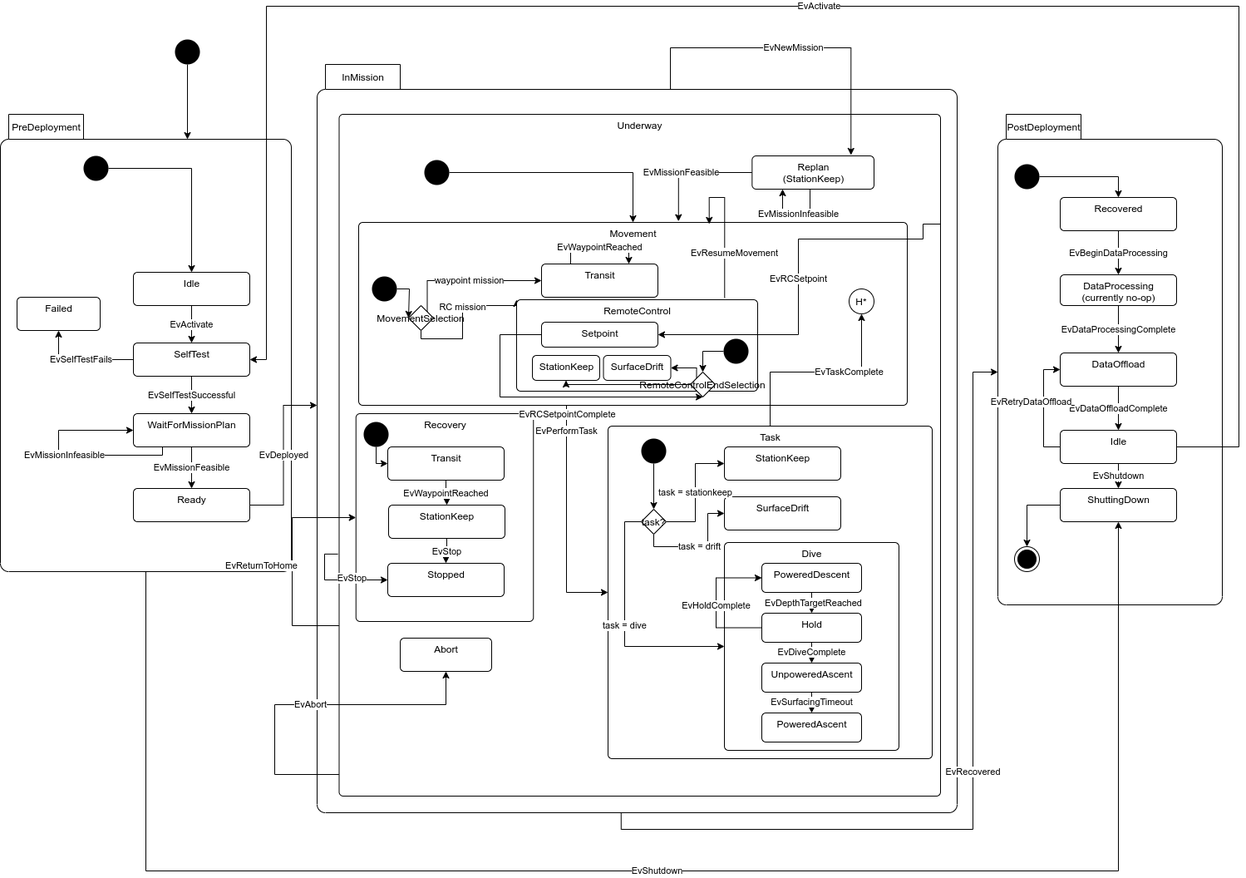
This is src/doc/figures/mission-states.png from jaiarobotics/jaiabot, a draw.io export, as it was before one commit. Source tidied: cells renumbered, new cells last; positions are measured from the earlier drawing's top-left corner, leaving out a move shared by most shapes.
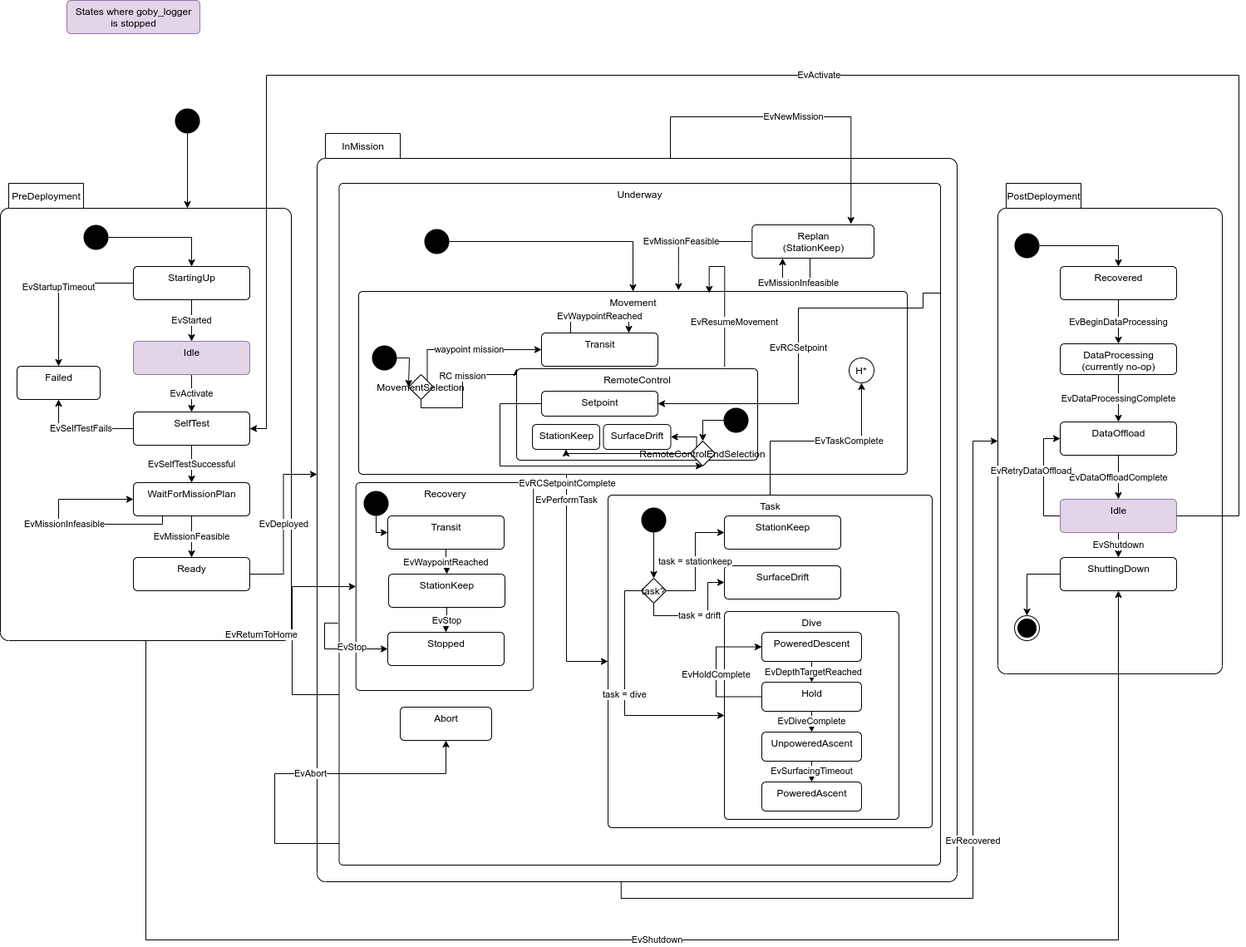
Later version of the same file.

Commit message:
Disable logging when Idle. Add StartingUp state to allow the system to log until all apps have reported into to goby_coroner

What changed in the source:
```diff
@@ -54,7 +54,7 @@
         </Array>
       </mxGeometry>
     </mxCell>
-    <mxCell id="17" value="Idle" style="html=1;align=center;verticalAlign=top;rounded=1;absoluteArcSize=1;arcSize=10;dashed=0;" parent="2" vertex="1">
+    <mxCell id="17" value="Idle" style="html=1;align=center;verticalAlign=top;rounded=1;absoluteArcSize=1;arcSize=10;dashed=0;fillColor=#e1d5e7;strokeColor=#9673a6;" parent="2" vertex="1">
       <mxGeometry x="75" y="370" width="140" height="40" as="geometry" />
     </mxCell>
     <mxCell id="18" style="group;" parent="1" vertex="1">
@@ -78,7 +78,7 @@
     <mxCell id="24" value="EvMissionFeasible" style="edgeStyle=orthogonalEdgeStyle;rounded=0;jettySize=auto;html=1;" parent="18" edge="1" source="21" target="23">
       <mxGeometry relative="1" as="geometry" />
     </mxCell>
-    <mxCell id="25" style="edgeStyle=orthogonalEdgeStyle;rounded=0;jettySize=auto;html=1;entryX=0.5;entryY=0;entryDx=0;entryDy=0;" parent="18" edge="1" source="26" target="31">
+    <mxCell id="25" style="edgeStyle=orthogonalEdgeStyle;rounded=0;jettySize=auto;html=1;entryX=0.5;entryY=0;entryDx=0;entryDy=0;" parent="18" edge="1" source="26" target="105">
       <mxGeometry relative="1" as="geometry" />
     </mxCell>
     <mxCell id="26" style="ellipse;fillColor=#000000;strokeColor=none;" parent="18" vertex="1">
@@ -102,9 +102,18 @@
     <mxCell id="30" value="EvActivate" style="edgeStyle=orthogonalEdgeStyle;rounded=0;jettySize=auto;html=1;entryX=0.5;entryY=0;entryDx=0;entryDy=0;" parent="18" edge="1" source="31" target="20">
       <mxGeometry relative="1" as="geometry" />
     </mxCell>
-    <mxCell id="31" value="Idle" style="html=1;align=center;verticalAlign=top;rounded=1;absoluteArcSize=1;arcSize=10;dashed=0;" parent="18" vertex="1">
+    <mxCell id="31" value="Idle" style="html=1;align=center;verticalAlign=top;rounded=1;absoluteArcSize=1;arcSize=10;dashed=0;fillColor=#e1d5e7;strokeColor=#9673a6;" parent="18" vertex="1">
       <mxGeometry x="80" y="150" width="140" height="40" as="geometry" />
     </mxCell>
+    <mxCell id="104" value="EvStarted" style="edgeStyle=orthogonalEdgeStyle;rounded=0;jettySize=auto;html=1;entryX=0.5;entryY=0;entryDx=0;entryDy=0;" parent="18" edge="1" source="105" target="31">
+      <mxGeometry relative="1" as="geometry" />
+    </mxCell>
+    <mxCell id="105" value="StartingUp" style="html=1;align=center;verticalAlign=top;rounded=1;absoluteArcSize=1;arcSize=10;dashed=0;" parent="18" vertex="1">
+      <mxGeometry x="80" y="60" width="140" height="40" as="geometry" />
+    </mxCell>
+    <mxCell id="106" value="EvStartupTimeout" style="edgeStyle=orthogonalEdgeStyle;rounded=0;jettySize=auto;html=1;entryX=0.5;entryY=0;entryDx=0;entryDy=0;exitX=0;exitY=0.5;exitDx=0;exitDy=0;" parent="18" edge="1" source="105" target="28">
+      <mxGeometry relative="1" as="geometry" />
+    </mxCell>
     <mxCell id="32" style="group;" parent="1" vertex="1">
       <mxGeometry x="401" y="170" width="830" height="800" as="geometry" />
     </mxCell>
@@ -444,5 +453,8 @@
         </Array>
       </mxGeometry>
     </mxCell>
+    <mxCell id="107" value="States where goby_logger&lt;br&gt;is stopped" style="html=1;align=center;verticalAlign=top;rounded=1;absoluteArcSize=1;arcSize=10;dashed=0;fillColor=#e1d5e7;strokeColor=#9673a6;" parent="1" vertex="1">
+      <mxGeometry x="80" y="-90" width="160" height="40" as="geometry" />
+    </mxCell>
   </root>
 </mxGraphModel>
```
